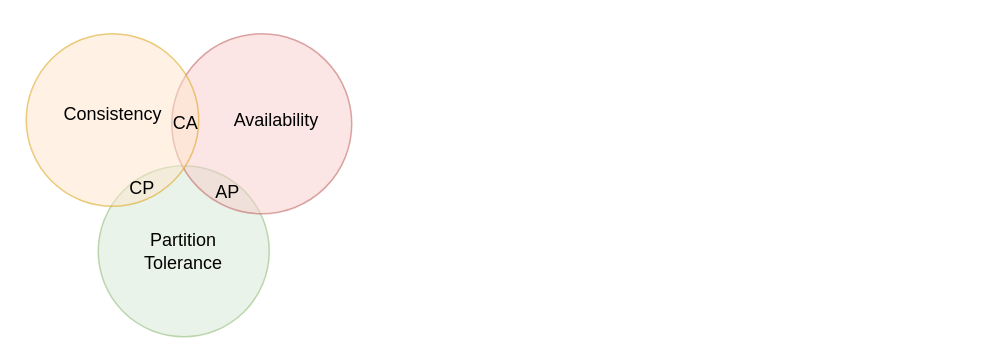
This is blog/fbs.drawio from began-zhao/studydraw, a draw.io file, before an edit. Source tidied: cells renumbered, new cells numbered last; positions are measured from the earlier drawing's top-left corner, leaving out a move shared by most shapes. Both pictures are drawn from the tidied source at 150%, with x=0, y=0 at pixel (26, 33).
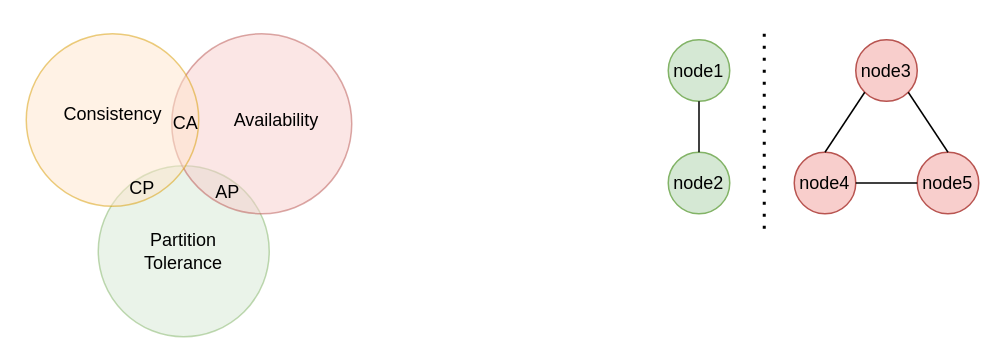
Above is the later version.

What changed in the source:
```diff
@@
+    <mxCell id="11" value="node1" style="ellipse;whiteSpace=wrap;html=1;fillColor=#d5e8d4;strokeColor=#82b366;" parent="1" vertex="1">
+      <mxGeometry x="428" y="4" width="41" height="41" as="geometry" />
+    </mxCell>
+    <mxCell id="12" value="node2" style="ellipse;whiteSpace=wrap;html=1;fillColor=#d5e8d4;strokeColor=#82b366;" parent="1" vertex="1">
+      <mxGeometry x="428" y="79" width="41" height="41" as="geometry" />
+    </mxCell>
+    <mxCell id="13" value="node3" style="ellipse;whiteSpace=wrap;html=1;fillColor=#f8cecc;strokeColor=#b85450;" parent="1" vertex="1">
+      <mxGeometry x="553" y="4" width="41" height="41" as="geometry" />
+    </mxCell>
+    <mxCell id="14" value="node5" style="ellipse;whiteSpace=wrap;html=1;fillColor=#f8cecc;strokeColor=#b85450;" parent="1" vertex="1">
+      <mxGeometry x="594" y="79" width="41" height="41" as="geometry" />
+    </mxCell>
+    <mxCell id="15" value="node4" style="ellipse;whiteSpace=wrap;html=1;fillColor=#f8cecc;strokeColor=#b85450;" parent="1" vertex="1">
+      <mxGeometry x="512" y="79" width="41" height="41" as="geometry" />
+    </mxCell>
+    <mxCell id="16" style="endArrow=none;dashed=1;html=1;dashPattern=1 3;strokeWidth=2;rounded=0;" parent="1" edge="1">
+      <mxGeometry relative="1" as="geometry">
+        <mxPoint x="492" y="130" as="sourcePoint" />
+        <mxPoint x="492" y="-4" as="targetPoint" />
+      </mxGeometry>
+    </mxCell>
+    <mxCell id="17" style="endArrow=none;html=1;rounded=0;exitX=0.5;exitY=0;exitDx=0;exitDy=0;entryX=0.5;entryY=1;entryDx=0;entryDy=0;" parent="1" edge="1" source="12" target="11">
+      <mxGeometry relative="1" as="geometry" />
+    </mxCell>
+    <mxCell id="18" style="endArrow=none;html=1;rounded=0;exitX=0.5;exitY=0;exitDx=0;exitDy=0;entryX=0;entryY=1;entryDx=0;entryDy=0;" parent="1" edge="1" source="15" target="13">
+      <mxGeometry relative="1" as="geometry" />
+    </mxCell>
+    <mxCell id="19" style="endArrow=none;html=1;rounded=0;exitX=0.5;exitY=0;exitDx=0;exitDy=0;entryX=1;entryY=1;entryDx=0;entryDy=0;" parent="1" edge="1" source="14" target="13">
+      <mxGeometry relative="1" as="geometry" />
+    </mxCell>
+    <mxCell id="20" style="endArrow=none;html=1;rounded=0;exitX=0;exitY=0.5;exitDx=0;exitDy=0;entryX=1;entryY=0.5;entryDx=0;entryDy=0;" parent="1" edge="1" source="14" target="15">
+      <mxGeometry relative="1" as="geometry" />
+    </mxCell>
```
